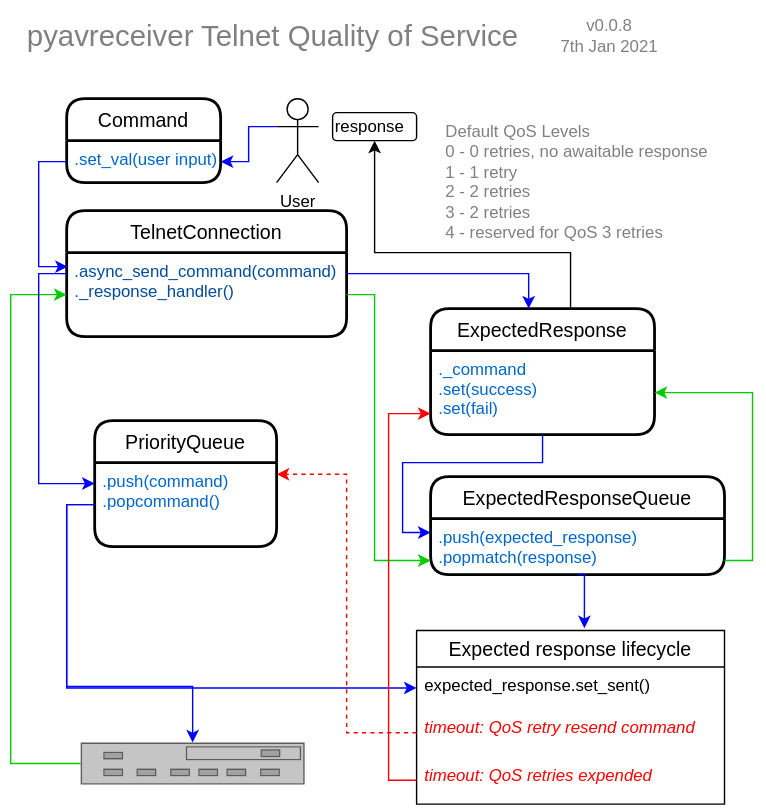
This is qos-diagram.svg from JPHutchins/pyavreceiver, a draw.io export, as it was before one commit. Source tidied: cells renumbered, new cells last; positions are measured from the earlier drawing's top-left corner, leaving out a move shared by most shapes. The source it was exported from:
```xml
<mxGraphModel background="#EBEBEB">
  <root>
    <mxCell id="0" />
    <mxCell id="1" parent="0" />
    <mxCell id="2" style="edgeStyle=orthogonalEdgeStyle;rounded=0;jettySize=auto;html=1;exitX=0;exitY=0.3333333333333333;exitDx=0;exitDy=0;exitPerimeter=0;entryX=1;entryY=0.5;entryDx=0;entryDy=0;strokeColor=#0000FF;fontColor=#0000FF;" parent="1" edge="1" source="3" target="5">
      <mxGeometry relative="1" as="geometry" />
    </mxCell>
    <mxCell id="3" value="User" style="shape=umlActor;verticalLabelPosition=bottom;verticalAlign=top;html=1;outlineConnect=0;" parent="1" vertex="1">
      <mxGeometry x="190" y="70" width="30" height="60" as="geometry" />
    </mxCell>
    <mxCell id="4" value="Command" style="swimlane;horizontal=1;startSize=30;rounded=1;fontSize=14;fontStyle=0;strokeWidth=2;shadow=0;dashed=0;align=center;" parent="1" vertex="1">
      <mxGeometry x="40" y="70" width="110" height="60" as="geometry" />
    </mxCell>
    <mxCell id="5" value=".set_val(user input)" style="align=left;strokeColor=none;fillColor=none;spacingLeft=4;fontSize=12;verticalAlign=top;fontColor=#0066CC;" parent="4" vertex="1">
      <mxGeometry y="30" width="110" height="30" as="geometry" />
    </mxCell>
    <mxCell id="6" value="TelnetConnection" style="swimlane;horizontal=1;startSize=30;rounded=1;fontSize=14;fontStyle=0;strokeWidth=2;shadow=0;dashed=0;align=center;" parent="1" vertex="1">
      <mxGeometry x="40" y="150" width="200" height="90" as="geometry" />
    </mxCell>
    <mxCell id="7" value=".async_send_command(command)&#10;._response_handler()" style="align=left;strokeColor=none;fillColor=none;spacingLeft=4;fontSize=12;verticalAlign=top;fontColor=#004C99;" parent="6" vertex="1">
      <mxGeometry y="30" width="200" height="60" as="geometry" />
    </mxCell>
    <mxCell id="8" value="PriorityQueue" style="swimlane;horizontal=1;startSize=30;rounded=1;fontSize=14;fontStyle=0;strokeWidth=2;shadow=0;dashed=0;align=center;" parent="1" vertex="1">
      <mxGeometry x="60" y="300" width="130" height="90" as="geometry" />
    </mxCell>
    <mxCell id="9" value=".push(command)&#10;.popcommand()" style="align=left;strokeColor=none;fillColor=none;spacingLeft=4;fontSize=12;verticalAlign=top;fontColor=#0066CC;" parent="8" vertex="1">
      <mxGeometry y="30" width="130" height="60" as="geometry" />
    </mxCell>
    <mxCell id="10" value="ExpectedResponseQueue" style="swimlane;horizontal=1;startSize=30;rounded=1;fontSize=14;fontStyle=0;strokeWidth=2;shadow=0;dashed=0;align=center;" parent="1" vertex="1">
      <mxGeometry x="300" y="340" width="210" height="70" as="geometry" />
    </mxCell>
    <mxCell id="11" value=".push(expected_response)&#10;.popmatch(response)" style="align=left;strokeColor=none;fillColor=none;spacingLeft=4;fontSize=12;verticalAlign=top;fontColor=#0066CC;" parent="10" vertex="1">
      <mxGeometry y="30" width="210" height="40" as="geometry" />
    </mxCell>
    <mxCell id="12" style="edgeStyle=orthogonalEdgeStyle;rounded=0;jettySize=auto;html=1;exitX=0.75;exitY=0;exitDx=0;exitDy=0;entryX=0.5;entryY=1;entryDx=0;entryDy=0;fontColor=#808080;" parent="1" edge="1" source="13" target="28">
      <mxGeometry relative="1" as="geometry">
        <Array as="points">
          <mxPoint x="400" y="180" />
          <mxPoint x="260" y="180" />
        </Array>
      </mxGeometry>
    </mxCell>
    <mxCell id="13" value="ExpectedResponse" style="swimlane;horizontal=1;startSize=30;rounded=1;fontSize=14;fontStyle=0;strokeWidth=2;shadow=0;dashed=0;align=center;" parent="1" vertex="1">
      <mxGeometry x="300" y="220" width="160" height="90" as="geometry" />
    </mxCell>
    <mxCell id="14" style="edgeStyle=orthogonalEdgeStyle;rounded=0;orthogonalLoop=1;jettySize=auto;html=1;exitX=0.5;exitY=1;exitDx=0;exitDy=0;fontColor=#0066CC;" parent="13" edge="1" source="15" target="15">
      <mxGeometry relative="1" as="geometry" />
    </mxCell>
    <mxCell id="15" value="._command&#10;.set(success)&#10;.set(fail)" style="align=left;strokeColor=none;fillColor=none;spacingLeft=4;fontSize=12;verticalAlign=top;fontColor=#0066CC;" parent="13" vertex="1">
      <mxGeometry y="30" width="160" height="60" as="geometry" />
    </mxCell>
    <mxCell id="16" style="edgeStyle=orthogonalEdgeStyle;rounded=0;jettySize=auto;html=1;entryX=0;entryY=0.5;entryDx=0;entryDy=0;fontColor=#0000FF;strokeColor=#00CC00;" parent="1" edge="1" source="17" target="7">
      <mxGeometry relative="1" as="geometry">
        <Array as="points">
          <mxPoint y="545" />
          <mxPoint y="210" />
        </Array>
      </mxGeometry>
    </mxCell>
    <mxCell id="17" style="strokeColor=#666666;html=1;labelPosition=right;align=center;spacingLeft=15;shadow=0;dashed=0;outlineConnect=0;shape=mxgraph.rack.general.switches_2;fontColor=#0066CC;" parent="1" vertex="1">
      <mxGeometry x="50" y="530" width="160" height="30" as="geometry" />
    </mxCell>
    <mxCell id="18" value="Expected response lifecycle" style="swimlane;fontStyle=0;horizontal=1;startSize=26;align=center;fontSize=14;" parent="1" vertex="1">
      <mxGeometry x="290" y="450" width="220" height="124" as="geometry" />
    </mxCell>
    <mxCell id="19" value="expected_response.set_sent()" style="text;strokeColor=none;fillColor=none;spacingLeft=4;spacingRight=4;overflow=hidden;points=[[0,0.5],[1,0.5]];portConstraint=eastwest;fontSize=12;" parent="18" vertex="1">
      <mxGeometry y="26" width="220" height="30" as="geometry" />
    </mxCell>
    <mxCell id="20" value="timeout: QoS retry resend command" style="text;strokeColor=none;fillColor=none;spacingLeft=4;spacingRight=4;overflow=hidden;points=[[0,0.5],[1,0.5]];portConstraint=eastwest;fontSize=12;fontColor=#FF0000;fontStyle=2;" parent="18" vertex="1">
      <mxGeometry y="56" width="220" height="34" as="geometry" />
    </mxCell>
    <mxCell id="21" value="timeout: QoS retries expended" style="text;strokeColor=none;fillColor=none;spacingLeft=4;spacingRight=4;overflow=hidden;points=[[0,0.5],[1,0.5]];portConstraint=eastwest;fontSize=12;fontStyle=2;fontColor=#FF0000;" parent="18" vertex="1">
      <mxGeometry y="90" width="220" height="34" as="geometry" />
    </mxCell>
    <mxCell id="22" style="edgeStyle=orthogonalEdgeStyle;rounded=0;jettySize=auto;html=1;exitX=1;exitY=0.5;exitDx=0;exitDy=0;entryX=0;entryY=0.75;entryDx=0;entryDy=0;fontColor=#004C99;strokeColor=#00CC00;" parent="1" edge="1" source="7" target="11">
      <mxGeometry relative="1" as="geometry">
        <Array as="points">
          <mxPoint x="260" y="210" />
          <mxPoint x="260" y="400" />
        </Array>
      </mxGeometry>
    </mxCell>
    <mxCell id="23" style="edgeStyle=orthogonalEdgeStyle;rounded=0;jettySize=auto;html=1;exitX=0;exitY=0.25;exitDx=0;exitDy=0;entryX=0;entryY=0.25;entryDx=0;entryDy=0;fontColor=#0000FF;strokeColor=#0000FF;" parent="1" edge="1" source="7" target="9">
      <mxGeometry relative="1" as="geometry" />
    </mxCell>
    <mxCell id="24" style="edgeStyle=orthogonalEdgeStyle;rounded=0;jettySize=auto;html=1;exitX=0;exitY=0.5;exitDx=0;exitDy=0;strokeColor=#0000FF;fontColor=#0000FF;entryX=0;entryY=0.5;entryDx=0;entryDy=0;" parent="1" edge="1" source="9" target="19">
      <mxGeometry relative="1" as="geometry" />
    </mxCell>
    <mxCell id="25" style="edgeStyle=orthogonalEdgeStyle;rounded=0;jettySize=auto;html=1;exitX=1;exitY=0.25;exitDx=0;exitDy=0;entryX=0.438;entryY=0;entryDx=0;entryDy=0;entryPerimeter=0;strokeColor=#0000FF;fontColor=#0000FF;" parent="1" edge="1" source="7" target="13">
      <mxGeometry relative="1" as="geometry" />
    </mxCell>
    <mxCell id="26" style="edgeStyle=orthogonalEdgeStyle;rounded=0;jettySize=auto;html=1;exitX=0;exitY=0.5;exitDx=0;exitDy=0;entryX=0;entryY=0.75;entryDx=0;entryDy=0;fontColor=#0000FF;strokeColor=#FF0000;" parent="1" edge="1" source="21" target="15">
      <mxGeometry relative="1" as="geometry">
        <Array as="points">
          <mxPoint x="270" y="557" />
          <mxPoint x="270" y="295" />
        </Array>
      </mxGeometry>
    </mxCell>
    <mxCell id="27" style="edgeStyle=orthogonalEdgeStyle;rounded=0;jettySize=auto;html=1;exitX=0;exitY=0.5;exitDx=0;exitDy=0;entryX=0.004;entryY=0.167;entryDx=0;entryDy=0;entryPerimeter=0;strokeColor=#0000FF;fontColor=#0000FF;" parent="1" edge="1" source="5" target="7">
      <mxGeometry relative="1" as="geometry" />
    </mxCell>
    <mxCell id="28" value="&lt;font color=&quot;#000000&quot;&gt;response&lt;/font&gt;" style="rounded=1;whiteSpace=wrap;html=1;fontColor=#0000FF;align=left;" parent="1" vertex="1">
      <mxGeometry x="230" y="80" width="60" height="20" as="geometry" />
    </mxCell>
    <mxCell id="29" style="edgeStyle=orthogonalEdgeStyle;rounded=0;jettySize=auto;html=1;exitX=0;exitY=0.5;exitDx=0;exitDy=0;strokeColor=#0000FF;fontColor=#0000FF;" parent="1" edge="1" source="9" target="17">
      <mxGeometry relative="1" as="geometry">
        <Array as="points">
          <mxPoint x="40" y="360" />
          <mxPoint x="40" y="490" />
          <mxPoint x="130" y="490" />
        </Array>
      </mxGeometry>
    </mxCell>
    <mxCell id="30" style="edgeStyle=orthogonalEdgeStyle;rounded=0;jettySize=auto;html=1;exitX=0.5;exitY=1;exitDx=0;exitDy=0;entryX=0.545;entryY=-0.013;entryDx=0;entryDy=0;entryPerimeter=0;fontColor=#0000FF;strokeColor=#0000FF;" parent="1" edge="1" source="11" target="18">
      <mxGeometry relative="1" as="geometry" />
    </mxCell>
    <mxCell id="31" style="edgeStyle=orthogonalEdgeStyle;rounded=0;jettySize=auto;html=1;entryX=1;entryY=0.139;entryDx=0;entryDy=0;entryPerimeter=0;fontColor=#808080;strokeColor=#FF0000;dashed=1;" parent="1" edge="1" source="20" target="9">
      <mxGeometry relative="1" as="geometry" />
    </mxCell>
    <mxCell id="32" style="edgeStyle=orthogonalEdgeStyle;rounded=0;jettySize=auto;html=1;exitX=1;exitY=0.75;exitDx=0;exitDy=0;entryX=1;entryY=0.5;entryDx=0;entryDy=0;fontColor=#808080;strokeColor=#00CC00;" parent="1" edge="1" source="11" target="15">
      <mxGeometry relative="1" as="geometry" />
    </mxCell>
    <mxCell id="33" style="edgeStyle=orthogonalEdgeStyle;rounded=0;jettySize=auto;html=1;exitX=0.5;exitY=1;exitDx=0;exitDy=0;entryX=0;entryY=0.25;entryDx=0;entryDy=0;strokeColor=#0000FF;fontColor=#808080;" parent="1" edge="1" source="15" target="11">
      <mxGeometry relative="1" as="geometry">
        <Array as="points">
          <mxPoint x="380" y="330" />
          <mxPoint x="280" y="330" />
          <mxPoint x="280" y="380" />
        </Array>
      </mxGeometry>
    </mxCell>
    <mxCell id="34" value="Default QoS Levels&lt;br&gt;0 - 0 retries, no awaitable response&lt;br&gt;1 - 1 retry&lt;br&gt;2 - 2 retries&lt;br&gt;3 - 2 retries&lt;br&gt;4 - reserved for QoS 3 retries" style="text;html=1;strokeColor=none;fillColor=none;align=left;verticalAlign=top;whiteSpace=wrap;rounded=0;fontColor=#808080;" parent="1" vertex="1">
      <mxGeometry x="309" y="80" width="230" height="120" as="geometry" />
    </mxCell>
    <mxCell id="35" value="&lt;font style=&quot;font-size: 21px&quot;&gt;pyavreceiver Telnet Quality of Service&lt;/font&gt;" style="text;html=1;strokeColor=none;fillColor=none;align=left;verticalAlign=middle;whiteSpace=wrap;rounded=0;fontColor=#808080;" parent="1" vertex="1">
      <mxGeometry x="10" width="360" height="50" as="geometry" />
    </mxCell>
    <mxCell id="36" value="v0.0.8&lt;br&gt;7th Jan 2021" style="text;html=1;strokeColor=none;fillColor=none;align=center;verticalAlign=middle;whiteSpace=wrap;rounded=0;fontColor=#808080;" parent="1" vertex="1">
      <mxGeometry x="380" y="15" width="96" height="20" as="geometry" />
    </mxCell>
  </root>
</mxGraphModel>
```
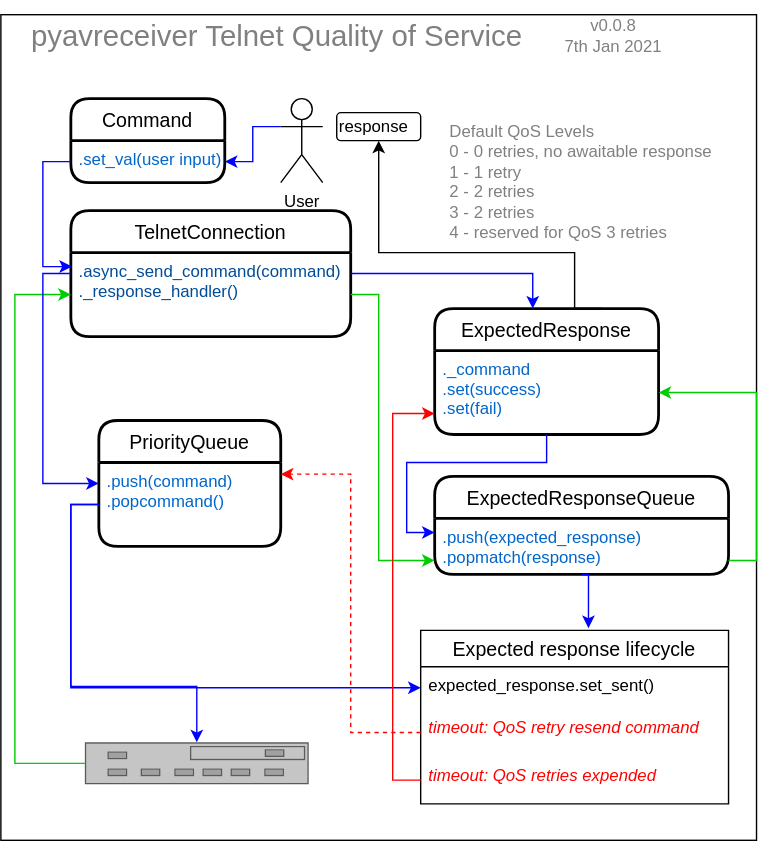
Above is the later version.

What changed in the source:
```diff
@@ -2,6 +2,9 @@
   <root>
     <mxCell id="0" />
     <mxCell id="1" parent="0" />
+    <mxCell id="37" style="rounded=0;whiteSpace=wrap;html=1;fontColor=#808080;align=left;" parent="1" vertex="1">
+      <mxGeometry x="-10" y="10" width="540" height="590" as="geometry" />
+    </mxCell>
     <mxCell id="2" style="edgeStyle=orthogonalEdgeStyle;rounded=0;jettySize=auto;html=1;exitX=0;exitY=0.3333333333333333;exitDx=0;exitDy=0;exitPerimeter=0;entryX=1;entryY=0.5;entryDx=0;entryDy=0;strokeColor=#0000FF;fontColor=#0000FF;" parent="1" edge="1" source="3" target="5">
       <mxGeometry relative="1" as="geometry" />
     </mxCell>
```
